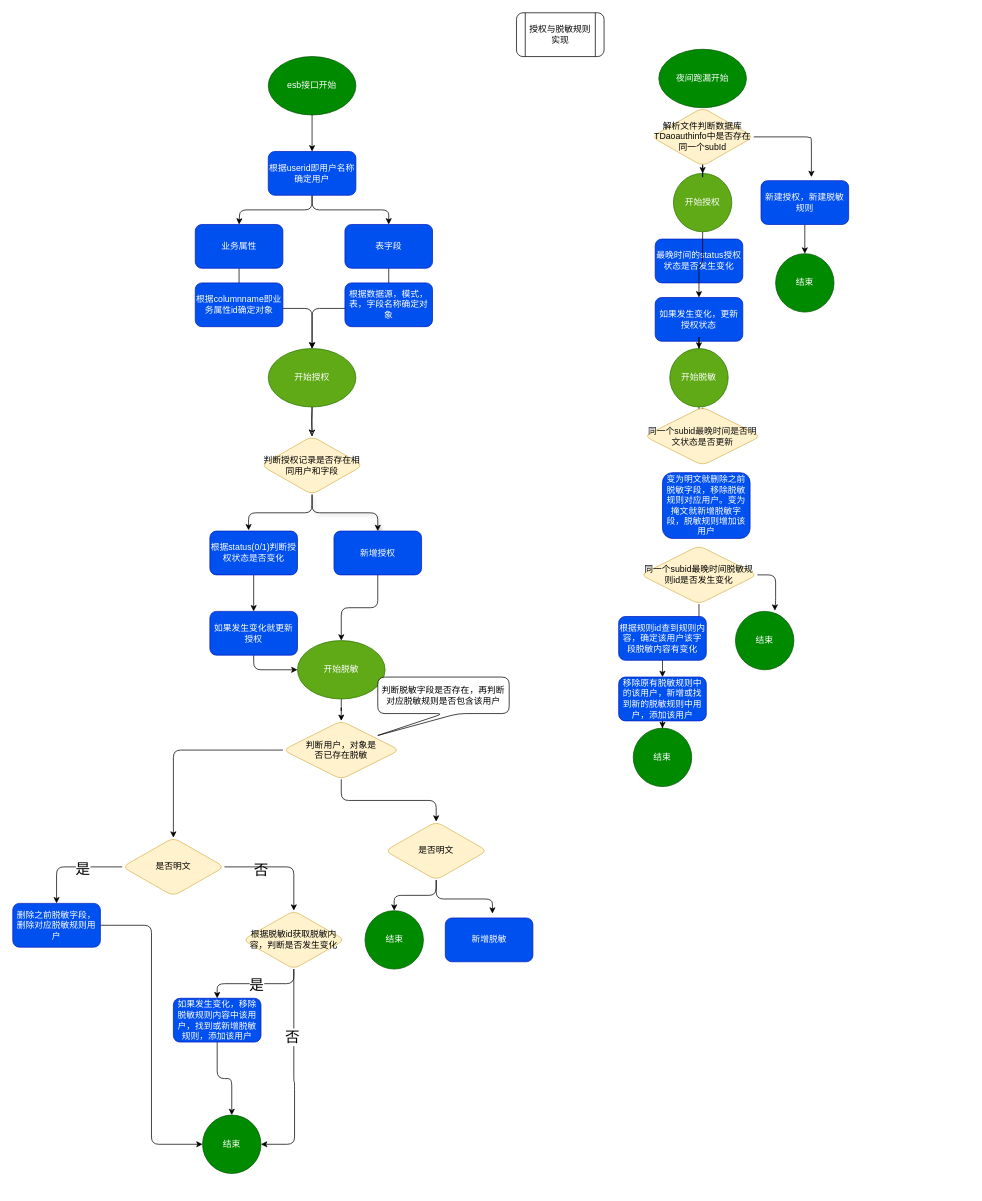
The draw.io diagram 未命名绘图.drawio in zp17762835004/e-commerce, before the edit. Source tidied: cells renumbered, new cells numbered last; positions are measured from the earlier drawing's top-left corner, leaving out a move shared by most shapes. Both pictures are drawn from the tidied source at 73%, with x=0, y=0 at pixel (12, 12).
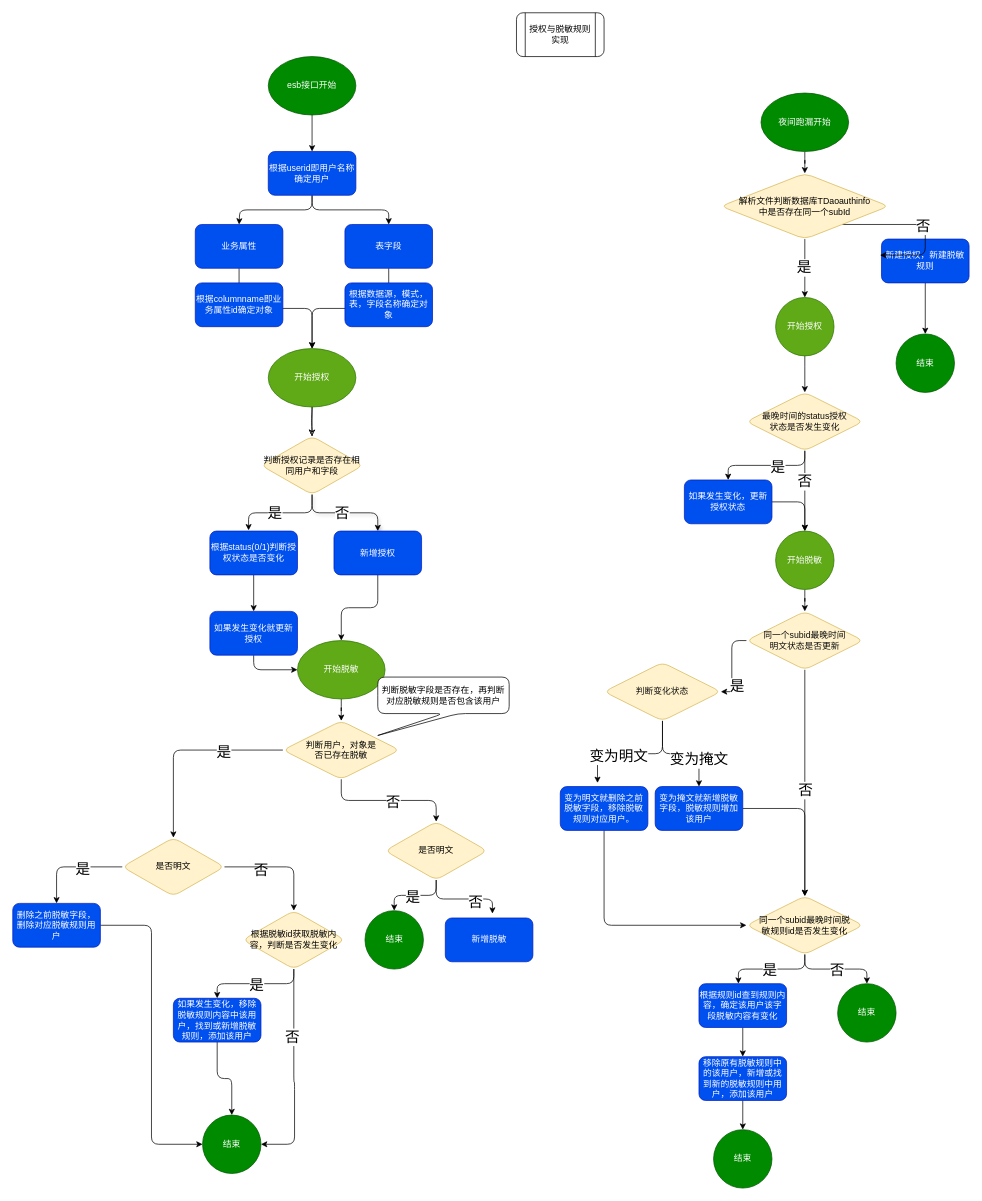
Above is the later version.

Commit message (it also covers changes not shown here):
更新未命名绘图.drawio

Unchanged cells that the change refers to:
```xml
<mxCell id="15" style="edgeStyle=orthogonalEdgeStyle;rounded=1;hachureGap=4;jettySize=auto;html=1;entryX=0.5;entryY=0;entryDx=0;entryDy=0;fontFamily=Architects Daughter;fontSize=16;strokeWidth=1;endSize=6;jumpSize=0;shadow=1;" parent="1" edge="1" source="17" target="23">
  <mxGeometry relative="1" as="geometry">
    <Array as="points">
      <mxPoint x="410" y="685" />
      <mxPoint x="500" y="685" />
    </Array>
  </mxGeometry>
</mxCell>
<mxCell id="16" style="edgeStyle=orthogonalEdgeStyle;rounded=1;hachureGap=4;jettySize=auto;html=1;entryX=0.442;entryY=-0.017;entryDx=0;entryDy=0;entryPerimeter=0;fontFamily=Architects Daughter;fontSize=16;" parent="1" edge="1" source="17" target="21">
  <mxGeometry relative="1" as="geometry" />
</mxCell>
<mxCell id="28" style="edgeStyle=orthogonalEdgeStyle;rounded=1;hachureGap=4;jettySize=auto;html=1;fontFamily=Architects Daughter;fontSize=16;" parent="1" edge="1" source="30" target="47">
  <mxGeometry relative="1" as="geometry" />
</mxCell>
<mxCell id="29" style="edgeStyle=orthogonalEdgeStyle;rounded=1;hachureGap=4;jettySize=auto;html=1;entryX=0.5;entryY=0;entryDx=0;entryDy=0;fontFamily=Architects Daughter;fontSize=16;" parent="1" edge="1" source="30" target="44">
  <mxGeometry relative="1" as="geometry" />
</mxCell>
<mxCell id="45" style="edgeStyle=orthogonalEdgeStyle;rounded=1;hachureGap=4;jettySize=auto;html=1;entryX=0.5;entryY=0;entryDx=0;entryDy=0;fontFamily=Architects Daughter;fontSize=16;" parent="1" edge="1" source="47" target="31">
  <mxGeometry relative="1" as="geometry" />
</mxCell>
<mxCell id="46" style="edgeStyle=orthogonalEdgeStyle;rounded=1;hachureGap=4;jettySize=auto;html=1;entryX=0.538;entryY=-0.1;entryDx=0;entryDy=0;entryPerimeter=0;fontFamily=Architects Daughter;fontSize=16;" parent="1" edge="1" source="47" target="32">
  <mxGeometry relative="1" as="geometry" />
</mxCell>
```

The edit, as a diff of the source:
```diff
@@
+    <mxCell id="75" style="edgeStyle=orthogonalEdgeStyle;rounded=1;hachureGap=4;jettySize=auto;html=1;fontFamily=Architects Daughter;fontSize=16;" parent="1" edge="1" source="7" target="57">
+      <mxGeometry relative="1" as="geometry" />
+    </mxCell>
     <mxCell id="7" value="夜间跑漏开始" style="ellipse;whiteSpace=wrap;html=1;fillColor=#008a00;fontColor=#ffffff;strokeColor=#005700;rounded=1;" parent="1" vertex="1">
-      <mxGeometry x="885" y="50" width="120" height="80" as="geometry" />
+      <mxGeometry x="1025" y="110" width="120" height="80" as="geometry" />
     </mxCell>
@@
+    <mxCell id="76" value="否" style="edgeLabel;html=1;align=center;verticalAlign=middle;fontSize=20;fontFamily=Architects Daughter;" parent="15" vertex="1">
+      <mxGeometry x="-0.07" y="1" relative="1" as="geometry" />
+    </mxCell>
@@
+    <mxCell id="77" value="是" style="edgeLabel;html=1;align=center;verticalAlign=middle;fontSize=20;fontFamily=Architects Daughter;" parent="16" vertex="1">
+      <mxGeometry x="0.13" y="-1" relative="1" as="geometry" />
+    </mxCell>
@@
+    <mxCell id="78" value="否" style="edgeLabel;html=1;align=center;verticalAlign=middle;fontSize=20;fontFamily=Architects Daughter;" parent="28" vertex="1">
+      <mxGeometry x="0.05" y="-2" relative="1" as="geometry" />
+    </mxCell>
@@
+    <mxCell id="79" value="是" style="edgeLabel;html=1;align=center;verticalAlign=middle;fontSize=20;fontFamily=Architects Daughter;" parent="29" vertex="1">
+      <mxGeometry x="-0.39" y="2" relative="1" as="geometry" />
+    </mxCell>
@@
-    <mxCell id="35" value="最晚时间的status授权状态是否发生变化" style="rounded=1;whiteSpace=wrap;html=1;fillColor=#0050ef;fontColor=#ffffff;strokeColor=#001DBC;" parent="1" vertex="1">
-      <mxGeometry x="880" y="310" width="120" height="60" as="geometry" />
-    </mxCell>
-    <mxCell id="36" style="edgeStyle=orthogonalEdgeStyle;rounded=1;jettySize=auto;html=1;" parent="1" edge="1" source="37" target="38">
+    <mxCell id="36" style="edgeStyle=orthogonalEdgeStyle;rounded=1;hachureGap=4;jettySize=auto;html=1;fontFamily=Architects Daughter;fontSize=16;" parent="1" edge="1" source="37" target="38">
       <mxGeometry relative="1" as="geometry" />
     </mxCell>
     <mxCell id="37" value="新建授权，新建脱敏规则" style="rounded=1;whiteSpace=wrap;html=1;fillColor=#0050ef;fontColor=#ffffff;strokeColor=#001DBC;" parent="1" vertex="1">
-      <mxGeometry x="1025" y="230" width="120" height="60" as="geometry" />
+      <mxGeometry x="1190" y="310" width="120" height="60" as="geometry" />
     </mxCell>
     <mxCell id="38" value="结束" style="ellipse;whiteSpace=wrap;html=1;fillColor=#008a00;fontColor=#ffffff;strokeColor=#005700;rounded=1;" parent="1" vertex="1">
-      <mxGeometry x="1045" y="330" width="80" height="80" as="geometry" />
+      <mxGeometry x="1210" y="440" width="80" height="80" as="geometry" />
     </mxCell>
@@
+    <mxCell id="67" style="edgeStyle=orthogonalEdgeStyle;rounded=1;hachureGap=4;jettySize=auto;html=1;entryX=0.5;entryY=0;entryDx=0;entryDy=0;fontFamily=Architects Daughter;fontSize=16;" parent="1" edge="1" source="40" target="68">
+      <mxGeometry relative="1" as="geometry" />
+    </mxCell>
     <mxCell id="40" value="如果发生变化，更新授权状态" style="rounded=1;whiteSpace=wrap;html=1;fillColor=#0050ef;fontColor=#ffffff;strokeColor=#001DBC;" parent="1" vertex="1">
-      <mxGeometry x="880" y="390" width="120" height="60" as="geometry" />
+      <mxGeometry x="920" y="640" width="120" height="60" as="geometry" />
     </mxCell>
@@
+    <mxCell id="80" value="是" style="edgeLabel;html=1;align=center;verticalAlign=middle;fontSize=20;fontFamily=Architects Daughter;" parent="45" vertex="1">
+      <mxGeometry x="0.09" y="2" relative="1" as="geometry" />
+    </mxCell>
@@
+    <mxCell id="81" value="否" style="edgeLabel;html=1;align=center;verticalAlign=middle;fontSize=20;fontFamily=Architects Daughter;" parent="46" vertex="1">
+      <mxGeometry x="0.28" y="-3" relative="1" as="geometry" />
+    </mxCell>
@@
-    <mxCell id="51" value="变为明文就删除之前脱敏字段，移除脱敏规则对应用户。变为掩文就新增脱敏字段，脱敏规则增加该用户" style="rounded=1;whiteSpace=wrap;html=1;fillColor=#0050ef;fontColor=#ffffff;strokeColor=#001DBC;" parent="1" vertex="1">
-      <mxGeometry x="890" y="630" width="120" height="90" as="geometry" />
-    </mxCell>
-    <mxCell id="52" style="edgeStyle=orthogonalEdgeStyle;rounded=1;jettySize=auto;html=1;" parent="1" edge="1" source="53" target="40">
-      <mxGeometry relative="1" as="geometry" />
-    </mxCell>
+    <mxCell id="82" style="edgeStyle=orthogonalEdgeStyle;rounded=1;hachureGap=4;jettySize=auto;html=1;fontFamily=Architects Daughter;fontSize=16;" parent="1" edge="1" source="53">
+      <mxGeometry relative="1" as="geometry">
+        <mxPoint x="1085" y="520" as="targetPoint" />
+      </mxGeometry>
+    </mxCell>
     <mxCell id="53" value="开始授权" style="ellipse;whiteSpace=wrap;html=1;fillColor=#60a917;fontColor=#ffffff;strokeColor=#2D7600;rounded=1;" parent="1" vertex="1">
-      <mxGeometry x="905" y="220" width="80" height="80" as="geometry" />
+      <mxGeometry x="1045" y="390" width="80" height="80" as="geometry" />
     </mxCell>
+    <mxCell id="83" style="edgeStyle=orthogonalEdgeStyle;rounded=1;hachureGap=4;jettySize=auto;html=1;entryX=1;entryY=0.5;entryDx=0;entryDy=0;fontFamily=Architects Daughter;fontSize=16;" parent="1" edge="1" source="54" target="108">
+      <mxGeometry relative="1" as="geometry" />
+    </mxCell>
+    <mxCell id="84" value="是" style="edgeLabel;html=1;align=center;verticalAlign=middle;fontSize=20;fontFamily=Architects Daughter;" parent="83" vertex="1">
+      <mxGeometry x="0.51" y="1" relative="1" as="geometry" />
+    </mxCell>
+    <mxCell id="85" style="edgeStyle=orthogonalEdgeStyle;rounded=1;hachureGap=4;jettySize=auto;html=1;entryX=0.5;entryY=0;entryDx=0;entryDy=0;fontFamily=Architects Daughter;fontSize=16;" parent="1" edge="1" source="54" target="61">
+      <mxGeometry relative="1" as="geometry" />
+    </mxCell>
+    <mxCell id="86" value="否" style="edgeLabel;html=1;align=center;verticalAlign=middle;fontSize=20;fontFamily=Architects Daughter;" parent="85" vertex="1">
+      <mxGeometry x="0.06" relative="1" as="geometry" />
+    </mxCell>
-    <mxCell id="54" value="同一个subid最晚时间是否明文状态是否更新" style="rhombus;whiteSpace=wrap;html=1;fillColor=#fff2cc;strokeColor=#d6b656;fontColor=#0D0D0D;rounded=1;" parent="1" vertex="1">
-      <mxGeometry x="865" y="540" width="160" height="80" as="geometry" />
+    <mxCell id="54" value="同一个subid最晚时间&lt;br&gt;明文状态是否更新" style="rhombus;whiteSpace=wrap;html=1;fillColor=#fff2cc;strokeColor=#d6b656;fontColor=#0D0D0D;rounded=1;" parent="1" vertex="1">
+      <mxGeometry x="1005" y="820" width="160" height="80" as="geometry" />
     </mxCell>
+    <mxCell id="56" style="edgeStyle=orthogonalEdgeStyle;rounded=1;hachureGap=4;jettySize=auto;html=1;entryX=-0.017;entryY=0.367;entryDx=0;entryDy=0;entryPerimeter=0;fontFamily=Architects Daughter;fontSize=16;" parent="1" edge="1" source="57" target="37">
+      <mxGeometry relative="1" as="geometry">
+        <Array as="points">
+          <mxPoint x="1250" y="290" />
+        </Array>
+      </mxGeometry>
+    </mxCell>
+    <mxCell id="87" value="否" style="edgeLabel;html=1;align=center;verticalAlign=middle;fontSize=20;fontFamily=Architects Daughter;" parent="56" vertex="1">
+      <mxGeometry x="0.01" y="-1" relative="1" as="geometry" />
+    </mxCell>
-    <mxCell id="55" style="edgeStyle=orthogonalEdgeStyle;rounded=1;jettySize=auto;html=1;" parent="1" edge="1" source="57" target="53">
+    <mxCell id="55" style="edgeStyle=orthogonalEdgeStyle;rounded=1;hachureGap=4;jettySize=auto;html=1;entryX=0.5;entryY=0;entryDx=0;entryDy=0;fontFamily=Architects Daughter;fontSize=16;" parent="1" edge="1" source="57" target="53">
       <mxGeometry relative="1" as="geometry" />
     </mxCell>
-    <mxCell id="56" style="edgeStyle=orthogonalEdgeStyle;rounded=1;jettySize=auto;html=1;entryX=0.575;entryY=-0.083;entryDx=0;entryDy=0;entryPerimeter=0;" parent="1" edge="1" source="57" target="37">
-      <mxGeometry relative="1" as="geometry">
-        <Array as="points">
-          <mxPoint x="1090" y="170" />
-          <mxPoint x="1090" y="171" />
-          <mxPoint x="1094" y="171" />
-        </Array>
-      </mxGeometry>
-    </mxCell>
+    <mxCell id="88" value="是" style="edgeLabel;html=1;align=center;verticalAlign=middle;fontSize=20;fontFamily=Architects Daughter;" parent="55" vertex="1">
+      <mxGeometry x="-0.05" y="-2" relative="1" as="geometry" />
+    </mxCell>
-    <mxCell id="57" value="解析文件判断数据库TDaoauthinfo中是否存在同一个subId" style="rhombus;whiteSpace=wrap;html=1;fillColor=#fff2cc;strokeColor=#d6b656;fontColor=#000000;rounded=1;" parent="1" vertex="1">
-      <mxGeometry x="875" y="130" width="140" height="80" as="geometry" />
+    <mxCell id="57" value="解析文件判断数据库TDaoauthinfo&lt;br&gt;中是否存在同一个subId" style="rhombus;whiteSpace=wrap;html=1;fillColor=#fff2cc;strokeColor=#d6b656;fontColor=#000000;rounded=1;" parent="1" vertex="1">
+      <mxGeometry x="970" y="220" width="230" height="90" as="geometry" />
     </mxCell>
@@
-    <mxCell id="59" style="edgeStyle=orthogonalEdgeStyle;rounded=1;jettySize=auto;html=1;entryX=0.675;entryY=-0.012;entryDx=0;entryDy=0;entryPerimeter=0;" parent="1" edge="1" source="61" target="62">
-      <mxGeometry relative="1" as="geometry">
-        <Array as="points">
-          <mxPoint x="1045" y="770" />
-          <mxPoint x="1045" y="811" />
-          <mxPoint x="1044" y="811" />
-        </Array>
-      </mxGeometry>
-    </mxCell>
-    <mxCell id="60" style="edgeStyle=orthogonalEdgeStyle;rounded=1;jettySize=auto;html=1;" parent="1" edge="1" source="61" target="65">
-      <mxGeometry relative="1" as="geometry" />
-    </mxCell>
+    <mxCell id="89" style="edgeStyle=orthogonalEdgeStyle;rounded=1;hachureGap=4;jettySize=auto;html=1;entryX=0.45;entryY=0;entryDx=0;entryDy=0;entryPerimeter=0;fontFamily=Architects Daughter;fontSize=16;" parent="1" edge="1" source="61" target="63">
+      <mxGeometry relative="1" as="geometry" />
+    </mxCell>
+    <mxCell id="90" value="是" style="edgeLabel;html=1;align=center;verticalAlign=middle;fontSize=20;fontFamily=Architects Daughter;" parent="89" vertex="1">
+      <mxGeometry x="0.05" y="1" relative="1" as="geometry" />
+    </mxCell>
+    <mxCell id="91" style="edgeStyle=orthogonalEdgeStyle;rounded=1;hachureGap=4;jettySize=auto;html=1;entryX=0.5;entryY=0;entryDx=0;entryDy=0;fontFamily=Architects Daughter;fontSize=16;" parent="1" edge="1" source="61" target="66">
+      <mxGeometry relative="1" as="geometry" />
+    </mxCell>
+    <mxCell id="92" value="否" style="edgeLabel;html=1;align=center;verticalAlign=middle;fontSize=20;fontFamily=Architects Daughter;" parent="91" vertex="1">
+      <mxGeometry x="0.01" y="-1" relative="1" as="geometry" />
+    </mxCell>
-    <mxCell id="61" value="同一个subid最晚时间脱敏规则id是否发生变化" style="rhombus;whiteSpace=wrap;html=1;fillColor=#fff2cc;strokeColor=#d6b656;fontColor=#000000;rounded=1;" parent="1" vertex="1">
-      <mxGeometry x="860" y="730" width="160" height="80" as="geometry" />
+    <mxCell id="61" value="同一个subid最晚时间脱&lt;br&gt;敏规则id是否发生变化" style="rhombus;whiteSpace=wrap;html=1;fillColor=#fff2cc;strokeColor=#d6b656;fontColor=#000000;rounded=1;" parent="1" vertex="1">
+      <mxGeometry x="1005" y="1210" width="160" height="80" as="geometry" />
     </mxCell>
     <mxCell id="62" value="结束" style="ellipse;whiteSpace=wrap;html=1;fillColor=#008a00;fontColor=#ffffff;strokeColor=#005700;rounded=1;" parent="1" vertex="1">
-      <mxGeometry x="990" y="820" width="80" height="80" as="geometry" />
+      <mxGeometry x="960" y="1530" width="80" height="80" as="geometry" />
     </mxCell>
+    <mxCell id="93" style="edgeStyle=orthogonalEdgeStyle;rounded=1;hachureGap=4;jettySize=auto;html=1;fontFamily=Architects Daughter;fontSize=16;" parent="1" edge="1" source="63" target="65">
+      <mxGeometry relative="1" as="geometry" />
+    </mxCell>
     <mxCell id="63" value="根据规则id查到规则内容，确定该用户该字段脱敏内容有变化" style="rounded=1;whiteSpace=wrap;html=1;fillColor=#0050ef;fontColor=#ffffff;strokeColor=#001DBC;" parent="1" vertex="1">
-      <mxGeometry x="830" y="827" width="120" height="60" as="geometry" />
+      <mxGeometry x="940" y="1330" width="120" height="60" as="geometry" />
     </mxCell>
-    <mxCell id="64" style="edgeStyle=orthogonalEdgeStyle;rounded=1;jettySize=auto;html=1;" parent="1" edge="1" source="65" target="66">
-      <mxGeometry relative="1" as="geometry" />
-    </mxCell>
+    <mxCell id="94" style="edgeStyle=orthogonalEdgeStyle;rounded=1;hachureGap=4;jettySize=auto;html=1;fontFamily=Architects Daughter;fontSize=16;" parent="1" edge="1" source="65" target="62">
+      <mxGeometry relative="1" as="geometry" />
+    </mxCell>
     <mxCell id="65" value="移除原有脱敏规则中的该用户，新增或找到新的脱敏规则中用户，添加该用户" style="rounded=1;whiteSpace=wrap;html=1;fillColor=#0050ef;fontColor=#ffffff;strokeColor=#001DBC;" parent="1" vertex="1">
-      <mxGeometry x="830" y="910" width="120" height="60" as="geometry" />
+      <mxGeometry x="940" y="1430" width="120" height="60" as="geometry" />
     </mxCell>
     <mxCell id="66" value="结束" style="ellipse;whiteSpace=wrap;html=1;fillColor=#008a00;fontColor=#ffffff;strokeColor=#005700;rounded=1;" parent="1" vertex="1">
-      <mxGeometry x="850" y="980" width="80" height="80" as="geometry" />
+      <mxGeometry x="1130" y="1330" width="80" height="80" as="geometry" />
     </mxCell>
-    <mxCell id="67" style="edgeStyle=orthogonalEdgeStyle;rounded=1;jettySize=auto;html=1;" parent="1" edge="1" source="40" target="68">
-      <mxGeometry relative="1" as="geometry" />
-    </mxCell>
     <mxCell id="68" value="开始脱敏" style="ellipse;whiteSpace=wrap;html=1;fillColor=#60a917;fontColor=#ffffff;strokeColor=#2D7600;rounded=1;" parent="1" vertex="1">
-      <mxGeometry x="900" y="460" width="80" height="80" as="geometry" />
+      <mxGeometry x="1045" y="710" width="80" height="80" as="geometry" />
     </mxCell>
@@
+    <mxCell id="95" style="edgeStyle=orthogonalEdgeStyle;rounded=1;hachureGap=4;jettySize=auto;html=1;entryX=0.5;entryY=0;entryDx=0;entryDy=0;fontFamily=Architects Daughter;fontSize=16;" parent="1" edge="1" source="99" target="40">
+      <mxGeometry relative="1" as="geometry" />
+    </mxCell>
+    <mxCell id="96" value="是" style="edgeLabel;html=1;align=center;verticalAlign=middle;fontSize=20;fontFamily=Architects Daughter;" parent="95" vertex="1">
+      <mxGeometry x="-0.2" y="2" relative="1" as="geometry" />
+    </mxCell>
+    <mxCell id="97" style="edgeStyle=orthogonalEdgeStyle;rounded=1;hachureGap=4;jettySize=auto;html=1;entryX=0.5;entryY=0;entryDx=0;entryDy=0;fontFamily=Architects Daughter;fontSize=16;" parent="1" edge="1" source="99" target="68">
+      <mxGeometry relative="1" as="geometry" />
+    </mxCell>
+    <mxCell id="98" value="否" style="edgeLabel;html=1;align=center;verticalAlign=middle;fontSize=20;fontFamily=Architects Daughter;" parent="97" vertex="1">
+      <mxGeometry x="-0.25" y="-1" relative="1" as="geometry" />
+    </mxCell>
+    <mxCell id="99" value="最晚时间的status授权&lt;br&gt;状态是否发生变化" style="rhombus;whiteSpace=wrap;html=1;fillColor=#fff2cc;strokeColor=#d6b656;fontColor=#0D0D0D;rounded=1;" parent="1" vertex="1">
+      <mxGeometry x="1005" y="520" width="160" height="80" as="geometry" />
+    </mxCell>
+    <mxCell id="100" style="edgeStyle=orthogonalEdgeStyle;rounded=1;hachureGap=4;jettySize=auto;html=1;fontFamily=Architects Daughter;fontSize=16;entryX=0;entryY=0.5;entryDx=0;entryDy=0;" parent="1" edge="1" source="101" target="61">
+      <mxGeometry relative="1" as="geometry">
+        <Array as="points">
+          <mxPoint x="810" y="1250" />
+        </Array>
+      </mxGeometry>
+    </mxCell>
+    <mxCell id="101" value="变为明文就删除之前脱敏字段，移除脱敏规则对应用户。" style="rounded=1;whiteSpace=wrap;html=1;fillColor=#0050ef;fontColor=#ffffff;strokeColor=#001DBC;" parent="1" vertex="1">
+      <mxGeometry x="750" y="1060" width="120" height="60" as="geometry" />
+    </mxCell>
+    <mxCell id="102" style="edgeStyle=orthogonalEdgeStyle;rounded=1;hachureGap=4;jettySize=auto;html=1;entryX=0.5;entryY=0;entryDx=0;entryDy=0;fontFamily=Architects Daughter;fontSize=16;" parent="1" edge="1" source="103" target="61">
+      <mxGeometry relative="1" as="geometry" />
+    </mxCell>
+    <mxCell id="103" value="变为掩文就新增脱敏字段，脱敏规则增加该用户" style="rounded=1;whiteSpace=wrap;html=1;fillColor=#0050ef;fontColor=#ffffff;strokeColor=#001DBC;" parent="1" vertex="1">
+      <mxGeometry x="880" y="1060" width="120" height="60" as="geometry" />
+    </mxCell>
+    <mxCell id="104" style="edgeStyle=orthogonalEdgeStyle;rounded=1;hachureGap=4;jettySize=auto;html=1;entryX=0.425;entryY=-0.083;entryDx=0;entryDy=0;entryPerimeter=0;fontFamily=Architects Daughter;fontSize=16;" parent="1" edge="1" source="108" target="101">
+      <mxGeometry relative="1" as="geometry" />
+    </mxCell>
+    <mxCell id="105" value="变为明文" style="edgeLabel;html=1;align=center;verticalAlign=middle;fontSize=20;fontFamily=Architects Daughter;" parent="104" vertex="1">
+      <mxGeometry x="0.22" y="2" relative="1" as="geometry" />
+    </mxCell>
+    <mxCell id="106" style="edgeStyle=orthogonalEdgeStyle;rounded=1;hachureGap=4;jettySize=auto;html=1;entryX=0.5;entryY=0;entryDx=0;entryDy=0;fontFamily=Architects Daughter;fontSize=16;" parent="1" edge="1" source="108" target="103">
+      <mxGeometry relative="1" as="geometry" />
+    </mxCell>
+    <mxCell id="107" value="变为掩文" style="edgeLabel;html=1;align=center;verticalAlign=middle;fontSize=20;fontFamily=Architects Daughter;" parent="106" vertex="1">
+      <mxGeometry x="0.46" y="-1" relative="1" as="geometry" />
+    </mxCell>
+    <mxCell id="108" value="判断变化状态" style="rhombus;whiteSpace=wrap;html=1;fillColor=#fff2cc;strokeColor=#d6b656;fontColor=#0D0D0D;rounded=1;" parent="1" vertex="1">
+      <mxGeometry x="810" y="890" width="160" height="80" as="geometry" />
+    </mxCell>
```
